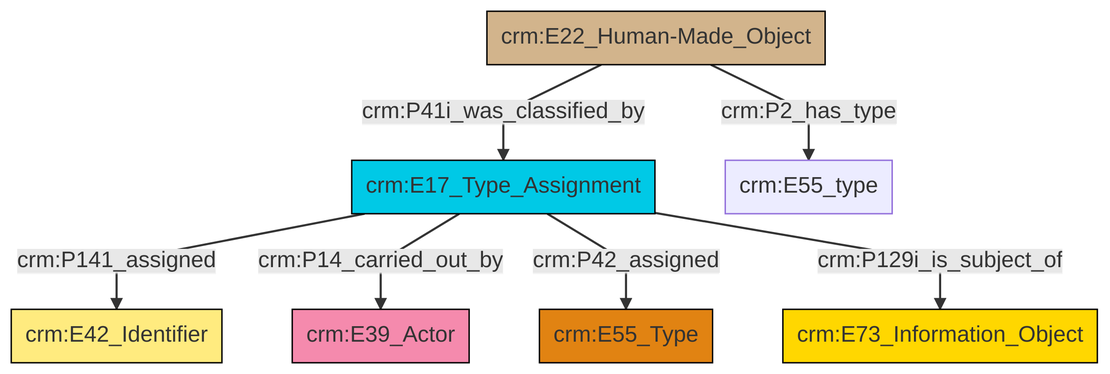
Above: et/builtWorkCSV/ttl/mmd/png/Built_Work_designation_status.png in swiss-art-research-net/docs.swissartresearch (Mermaid), before the change. Its source is kept beside it as et/builtWorkCSV/ttl/mmd/Built_Work_designation_status.ttl.mmd. Source of this version:
```mermaid
graph TD
classDef Literal fill:#f2f2f2,stroke:#000000;
classDef CRM_Entity fill:#FFFFFF,stroke:#000000;
classDef Temporal_Entity fill:#00C9E6, stroke:#000000;
classDef Type fill:#E18312, stroke:#000000;
classDef Time-Span fill:#2C9C91, stroke:#000000;
classDef Appellation fill:#FFEB7F, stroke:#000000;
classDef Place fill:#008836, stroke:#000000;
classDef Persistent_Item fill:#B266B2, stroke:#000000;
classDef Conceptual_Object fill:#FFD700, stroke:#000000;
classDef Physical_Thing fill:#D2B48C, stroke:#000000;
classDef Actor fill:#f58aad, stroke:#000000;
classDef PC_Classes fill:#4ce600, stroke:#000000;
classDef Multi fill:#cccccc,stroke:#000000;

4["crm:E17_Type_Assignment"]:::Temporal_Entity -->|crm:P141_assigned| 5["crm:E42_Identifier"]:::Appellation
4["crm:E17_Type_Assignment"]:::Temporal_Entity -->|crm:P14_carried_out_by| 2["crm:E39_Actor"]:::Actor
0["crm:E22_Human-Made_Object"]:::Physical_Thing -->|crm:P41i_was_classified_by| 4["crm:E17_Type_Assignment"]:::Temporal_Entity
0["crm:E22_Human-Made_Object"]:::Physical_Thing -->|crm:P2_has_type| 10["crm:E55_type"]:::Default
4["crm:E17_Type_Assignment"]:::Temporal_Entity -->|crm:P42_assigned| 12["crm:E55_Type"]:::Type
4["crm:E17_Type_Assignment"]:::Temporal_Entity -->|crm:P129i_is_subject_of| 6["crm:E73_Information_Object"]:::Conceptual_Object
```
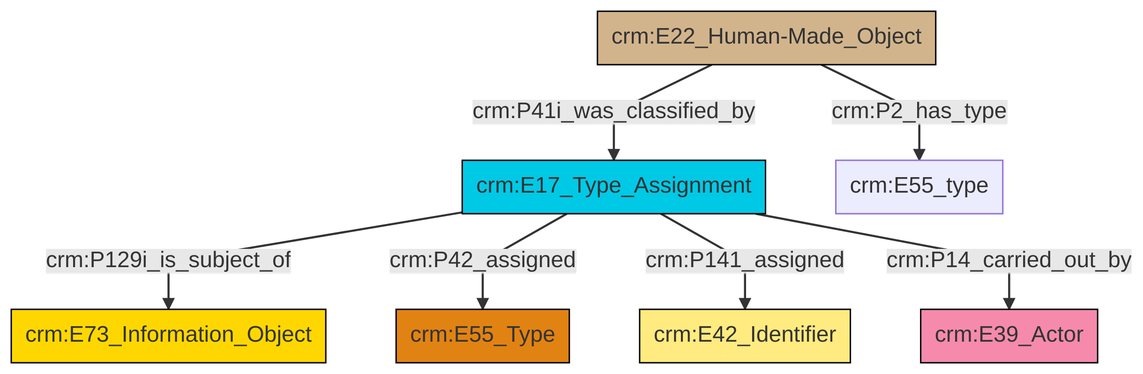
After the change.

What changed in the source:
```diff
@@ -13,9 +13,9 @@
 classDef PC_Classes fill:#4ce600, stroke:#000000;
 classDef Multi fill:#cccccc,stroke:#000000;
 
-4["crm:E17_Type_Assignment"]:::Temporal_Entity -->|crm:P141_assigned| 5["crm:E42_Identifier"]:::Appellation
-4["crm:E17_Type_Assignment"]:::Temporal_Entity -->|crm:P14_carried_out_by| 2["crm:E39_Actor"]:::Actor
-0["crm:E22_Human-Made_Object"]:::Physical_Thing -->|crm:P41i_was_classified_by| 4["crm:E17_Type_Assignment"]:::Temporal_Entity
-0["crm:E22_Human-Made_Object"]:::Physical_Thing -->|crm:P2_has_type| 10["crm:E55_type"]:::Default
-4["crm:E17_Type_Assignment"]:::Temporal_Entity -->|crm:P42_assigned| 12["crm:E55_Type"]:::Type
-4["crm:E17_Type_Assignment"]:::Temporal_Entity -->|crm:P129i_is_subject_of| 6["crm:E73_Information_Object"]:::Conceptual_Object
+2["crm:E22_Human-Made_Object"]:::Physical_Thing -->|crm:P41i_was_classified_by| 3["crm:E17_Type_Assignment"]:::Temporal_Entity
+3["crm:E17_Type_Assignment"]:::Temporal_Entity -->|crm:P129i_is_subject_of| 4["crm:E73_Information_Object"]:::Conceptual_Object
+3["crm:E17_Type_Assignment"]:::Temporal_Entity -->|crm:P42_assigned| 0["crm:E55_Type"]:::Type
+3["crm:E17_Type_Assignment"]:::Temporal_Entity -->|crm:P141_assigned| 11["crm:E42_Identifier"]:::Appellation
+2["crm:E22_Human-Made_Object"]:::Physical_Thing -->|crm:P2_has_type| 7["crm:E55_type"]:::Default
+3["crm:E17_Type_Assignment"]:::Temporal_Entity -->|crm:P14_carried_out_by| 9["crm:E39_Actor"]:::Actor
```
